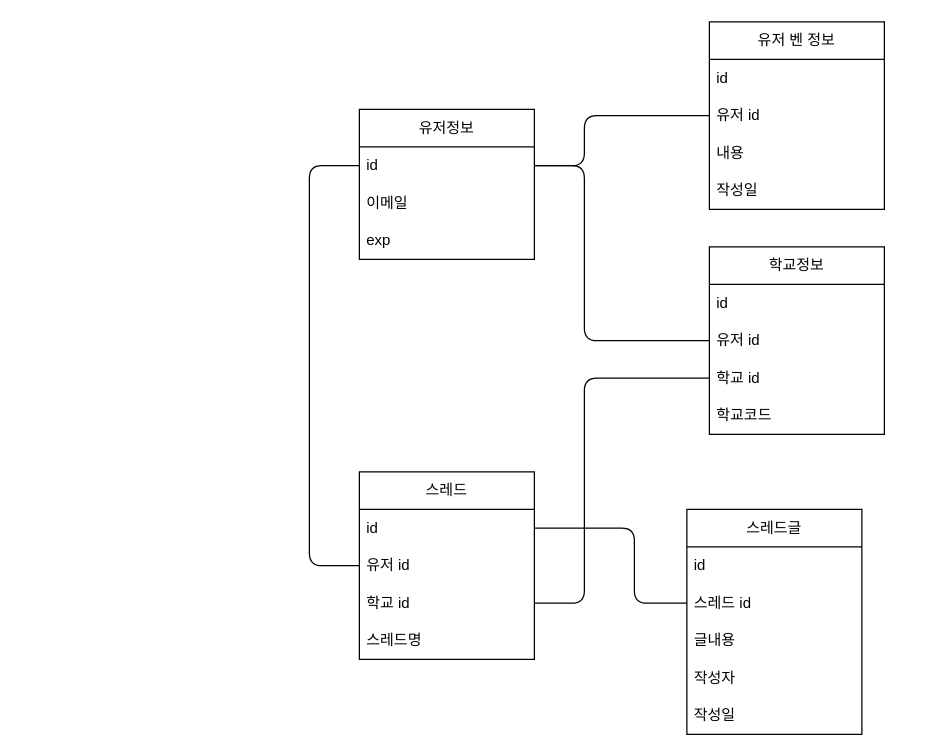
This is page "api" (2 of 2) of doc/DB.drawio from jhh78/find_friend, a draw.io file, before an edit. Source tidied: cells renumbered, new cells numbered last; positions are measured from the earlier drawing's top-left corner, leaving out a move shared by most shapes. Both pictures are drawn from the tidied source at 125%, with x=0, y=0 at pixel (309, 21).
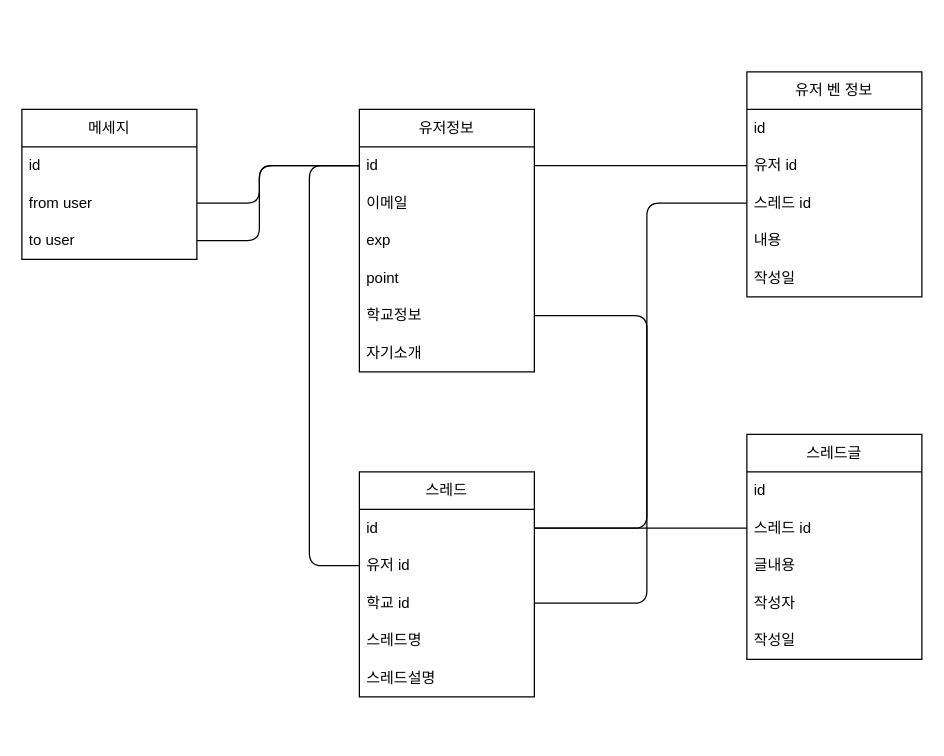
The same diagram, later.

The change refers to these unchanged cells:
```xml
<mxCell id="3" value="id" style="text;strokeColor=none;fillColor=none;align=left;verticalAlign=middle;spacingLeft=4;spacingRight=4;overflow=hidden;points=[[0,0.5],[1,0.5]];portConstraint=eastwest;whiteSpace=wrap;html=1;" parent="2" vertex="1">
  <mxGeometry y="30" width="140" height="30" as="geometry" />
</mxCell>
<mxCell id="7" value="id" style="text;strokeColor=none;fillColor=none;align=left;verticalAlign=middle;spacingLeft=4;spacingRight=4;overflow=hidden;points=[[0,0.5],[1,0.5]];portConstraint=eastwest;whiteSpace=wrap;html=1;" parent="6" vertex="1">
  <mxGeometry y="30" width="140" height="30" as="geometry" />
</mxCell>
<mxCell id="9" value="학교 id" style="text;strokeColor=none;fillColor=none;align=left;verticalAlign=middle;spacingLeft=4;spacingRight=4;overflow=hidden;points=[[0,0.5],[1,0.5]];portConstraint=eastwest;whiteSpace=wrap;html=1;" parent="6" vertex="1">
  <mxGeometry y="90" width="140" height="30" as="geometry" />
</mxCell>
<mxCell id="13" value="스레드 id" style="text;strokeColor=none;fillColor=none;align=left;verticalAlign=middle;spacingLeft=4;spacingRight=4;overflow=hidden;points=[[0,0.5],[1,0.5]];portConstraint=eastwest;whiteSpace=wrap;html=1;" parent="11" vertex="1">
  <mxGeometry y="60" width="140" height="30" as="geometry" />
</mxCell>
<mxCell id="21" value="유저 id" style="text;strokeColor=none;fillColor=none;align=left;verticalAlign=middle;spacingLeft=4;spacingRight=4;overflow=hidden;points=[[0,0.5],[1,0.5]];portConstraint=eastwest;whiteSpace=wrap;html=1;" parent="19" vertex="1">
  <mxGeometry y="60" width="140" height="30" as="geometry" />
</mxCell>
```

Diff of the diagram source:
```diff
@@
     <mxCell id="2" value="유저정보" style="swimlane;fontStyle=0;horizontal=1;startSize=30;whiteSpace=wrap;html=1;" parent="1" vertex="1">
-      <mxGeometry x="40" y="70" width="140" height="120" as="geometry" />
+      <mxGeometry x="40" y="70" width="140" height="210" as="geometry" />
     </mxCell>
@@
+    <mxCell id="32" value="point" style="text;strokeColor=none;fillColor=none;align=left;verticalAlign=middle;spacingLeft=4;spacingRight=4;overflow=hidden;whiteSpace=wrap;html=1;" parent="2" vertex="1">
+      <mxGeometry y="120" width="140" height="30" as="geometry" />
+    </mxCell>
+    <mxCell id="25" value="학교정보" style="text;strokeColor=none;fillColor=none;align=left;verticalAlign=middle;spacingLeft=4;spacingRight=4;overflow=hidden;points=[[0,0.5],[1,0.5]];portConstraint=eastwest;whiteSpace=wrap;html=1;" parent="2" vertex="1">
+      <mxGeometry y="150" width="140" height="30" as="geometry" />
+    </mxCell>
+    <mxCell id="33" value="자기소개" style="text;strokeColor=none;fillColor=none;align=left;verticalAlign=middle;spacingLeft=4;spacingRight=4;overflow=hidden;whiteSpace=wrap;html=1;" parent="2" vertex="1">
+      <mxGeometry y="180" width="140" height="30" as="geometry" />
+    </mxCell>
     <mxCell id="6" value="스레드" style="swimlane;fontStyle=0;horizontal=1;startSize=30;whiteSpace=wrap;html=1;" parent="1" vertex="1">
-      <mxGeometry x="40" y="360" width="140" height="150" as="geometry" />
+      <mxGeometry x="40" y="360" width="140" height="180" as="geometry" />
     </mxCell>
@@
+    <mxCell id="34" value="스레드설명" style="text;strokeColor=none;fillColor=none;align=left;verticalAlign=middle;spacingLeft=4;spacingRight=4;overflow=hidden;whiteSpace=wrap;html=1;" parent="6" vertex="1">
+      <mxGeometry y="150" width="140" height="30" as="geometry" />
+    </mxCell>
     <mxCell id="11" value="스레드글" style="swimlane;fontStyle=0;horizontal=1;startSize=30;whiteSpace=wrap;html=1;" parent="1" vertex="1">
-      <mxGeometry x="302" y="390" width="140" height="180" as="geometry" />
+      <mxGeometry x="350" y="330" width="140" height="180" as="geometry" />
     </mxCell>
@@
     <mxCell id="18" style="endArrow=none;html=1;exitX=1;exitY=0.5;exitDx=0;exitDy=0;entryX=0;entryY=0.5;entryDx=0;entryDy=0;" parent="1" edge="1" source="7" target="13">
       <mxGeometry relative="1" as="geometry">
         <Array as="points">
           <mxPoint x="260" y="405" />
-          <mxPoint x="260" y="465" />
         </Array>
       </mxGeometry>
     </mxCell>
     <mxCell id="19" value="유저 벤 정보" style="swimlane;fontStyle=0;horizontal=1;startSize=30;whiteSpace=wrap;html=1;" parent="1" vertex="1">
-      <mxGeometry x="320" width="140" height="150" as="geometry" />
+      <mxGeometry x="350" y="40" width="140" height="180" as="geometry" />
     </mxCell>
@@
+    <mxCell id="35" value="스레드 id" style="text;strokeColor=none;fillColor=none;align=left;verticalAlign=middle;spacingLeft=4;spacingRight=4;overflow=hidden;points=[[0,0.5],[1,0.5]];portConstraint=eastwest;whiteSpace=wrap;html=1;" parent="19" vertex="1">
+      <mxGeometry y="90" width="140" height="30" as="geometry" />
+    </mxCell>
     <mxCell id="22" value="내용" style="text;strokeColor=none;fillColor=none;align=left;verticalAlign=middle;spacingLeft=4;spacingRight=4;overflow=hidden;whiteSpace=wrap;html=1;" parent="19" vertex="1">
-      <mxGeometry y="90" width="140" height="30" as="geometry" />
+      <mxGeometry y="120" width="140" height="30" as="geometry" />
     </mxCell>
     <mxCell id="23" value="작성일" style="text;strokeColor=none;fillColor=none;align=left;verticalAlign=middle;spacingLeft=4;spacingRight=4;overflow=hidden;whiteSpace=wrap;html=1;" parent="19" vertex="1">
-      <mxGeometry y="120" width="140" height="30" as="geometry" />
+      <mxGeometry y="150" width="140" height="30" as="geometry" />
     </mxCell>
     <mxCell id="24" style="endArrow=none;html=1;entryX=0;entryY=0.5;entryDx=0;entryDy=0;exitX=1;exitY=0.5;exitDx=0;exitDy=0;" parent="1" edge="1" source="3" target="21">
       <mxGeometry relative="1" as="geometry">
         <Array as="points">
           <mxPoint x="220" y="115" />
-          <mxPoint x="220" y="75" />
         </Array>
       </mxGeometry>
     </mxCell>
-    <mxCell id="25" value="학교정보" style="swimlane;fontStyle=0;horizontal=1;startSize=30;whiteSpace=wrap;html=1;" parent="1" vertex="1">
-      <mxGeometry x="320" y="180" width="140" height="150" as="geometry" />
-    </mxCell>
+    <mxCell id="36" value="메세지" style="swimlane;fontStyle=0;horizontal=1;startSize=30;whiteSpace=wrap;html=1;" parent="1" vertex="1">
+      <mxGeometry x="-230" y="70" width="140" height="120" as="geometry" />
+    </mxCell>
-    <mxCell id="26" value="id" style="text;strokeColor=none;fillColor=none;align=left;verticalAlign=middle;spacingLeft=4;spacingRight=4;overflow=hidden;whiteSpace=wrap;html=1;" parent="25" vertex="1">
+    <mxCell id="26" value="id" style="text;strokeColor=none;fillColor=none;align=left;verticalAlign=middle;spacingLeft=4;spacingRight=4;overflow=hidden;whiteSpace=wrap;html=1;" parent="36" vertex="1">
       <mxGeometry y="30" width="140" height="30" as="geometry" />
     </mxCell>
-    <mxCell id="27" value="유저 id" style="text;strokeColor=none;fillColor=none;align=left;verticalAlign=middle;spacingLeft=4;spacingRight=4;overflow=hidden;points=[[0,0.5],[1,0.5]];portConstraint=eastwest;whiteSpace=wrap;html=1;" parent="25" vertex="1">
-      <mxGeometry y="60" width="140" height="30" as="geometry" />
-    </mxCell>
-    <mxCell id="28" value="학교 id" style="text;strokeColor=none;fillColor=none;align=left;verticalAlign=middle;spacingLeft=4;spacingRight=4;overflow=hidden;points=[[0,0.5],[1,0.5]];portConstraint=eastwest;whiteSpace=wrap;html=1;" parent="25" vertex="1">
-      <mxGeometry y="90" width="140" height="30" as="geometry" />
-    </mxCell>
-    <mxCell id="29" value="학교코드" style="text;strokeColor=none;fillColor=none;align=left;verticalAlign=middle;spacingLeft=4;spacingRight=4;overflow=hidden;whiteSpace=wrap;html=1;" parent="25" vertex="1">
-      <mxGeometry y="120" width="140" height="30" as="geometry" />
-    </mxCell>
-    <mxCell id="30" style="endArrow=none;html=1;entryX=0;entryY=0.5;entryDx=0;entryDy=0;exitX=1;exitY=0.5;exitDx=0;exitDy=0;" parent="1" edge="1" source="3" target="27">
-      <mxGeometry relative="1" as="geometry">
-        <Array as="points">
-          <mxPoint x="220" y="115" />
-          <mxPoint x="220" y="255" />
-        </Array>
-      </mxGeometry>
-    </mxCell>
-    <mxCell id="31" style="endArrow=none;html=1;exitX=1;exitY=0.5;exitDx=0;exitDy=0;entryX=0;entryY=0.5;entryDx=0;entryDy=0;" parent="1" edge="1" source="9" target="28">
-      <mxGeometry relative="1" as="geometry">
-        <Array as="points">
-          <mxPoint x="220" y="465" />
-          <mxPoint x="220" y="285" />
-        </Array>
-      </mxGeometry>
-    </mxCell>
+    <mxCell id="37" value="from user" style="text;strokeColor=none;fillColor=none;align=left;verticalAlign=middle;spacingLeft=4;spacingRight=4;overflow=hidden;whiteSpace=wrap;html=1;" parent="36" vertex="1">
+      <mxGeometry y="60" width="140" height="30" as="geometry" />
+    </mxCell>
+    <mxCell id="38" value="to user" style="text;strokeColor=none;fillColor=none;align=left;verticalAlign=middle;spacingLeft=4;spacingRight=4;overflow=hidden;points=[[0,0.5],[1,0.5]];portConstraint=eastwest;whiteSpace=wrap;html=1;" parent="36" vertex="1">
+      <mxGeometry y="90" width="140" height="30" as="geometry" />
+    </mxCell>
+    <mxCell id="39" style="endArrow=none;html=1;" parent="1" edge="1">
+      <mxGeometry relative="1" as="geometry">
+        <mxPoint x="-90" y="145" as="sourcePoint" />
+        <mxPoint x="40" y="115" as="targetPoint" />
+        <Array as="points">
+          <mxPoint x="-40" y="145" />
+          <mxPoint x="-40" y="115" />
+        </Array>
+      </mxGeometry>
+    </mxCell>
+    <mxCell id="40" style="endArrow=none;html=1;exitX=1;exitY=0.5;exitDx=0;exitDy=0;entryX=0;entryY=0.5;entryDx=0;entryDy=0;" parent="1" edge="1" source="38" target="3">
+      <mxGeometry relative="1" as="geometry">
+        <Array as="points">
+          <mxPoint x="-40" y="175" />
+          <mxPoint x="-40" y="115" />
+        </Array>
+      </mxGeometry>
+    </mxCell>
+    <mxCell id="41" style="endArrow=none;html=1;exitX=1;exitY=0.5;exitDx=0;exitDy=0;entryX=1;entryY=0.5;entryDx=0;entryDy=0;" parent="1" edge="1" source="9" target="25">
+      <mxGeometry relative="1" as="geometry">
+        <Array as="points">
+          <mxPoint x="270" y="465" />
+          <mxPoint x="270" y="235" />
+        </Array>
+      </mxGeometry>
+    </mxCell>
+    <mxCell id="42" style="endArrow=none;html=1;exitX=1;exitY=0.5;exitDx=0;exitDy=0;entryX=0;entryY=0.5;entryDx=0;entryDy=0;" parent="1" edge="1" source="7" target="35">
+      <mxGeometry relative="1" as="geometry">
+        <Array as="points">
+          <mxPoint x="270" y="405" />
+          <mxPoint x="270" y="145" />
+        </Array>
+      </mxGeometry>
+    </mxCell>
```
